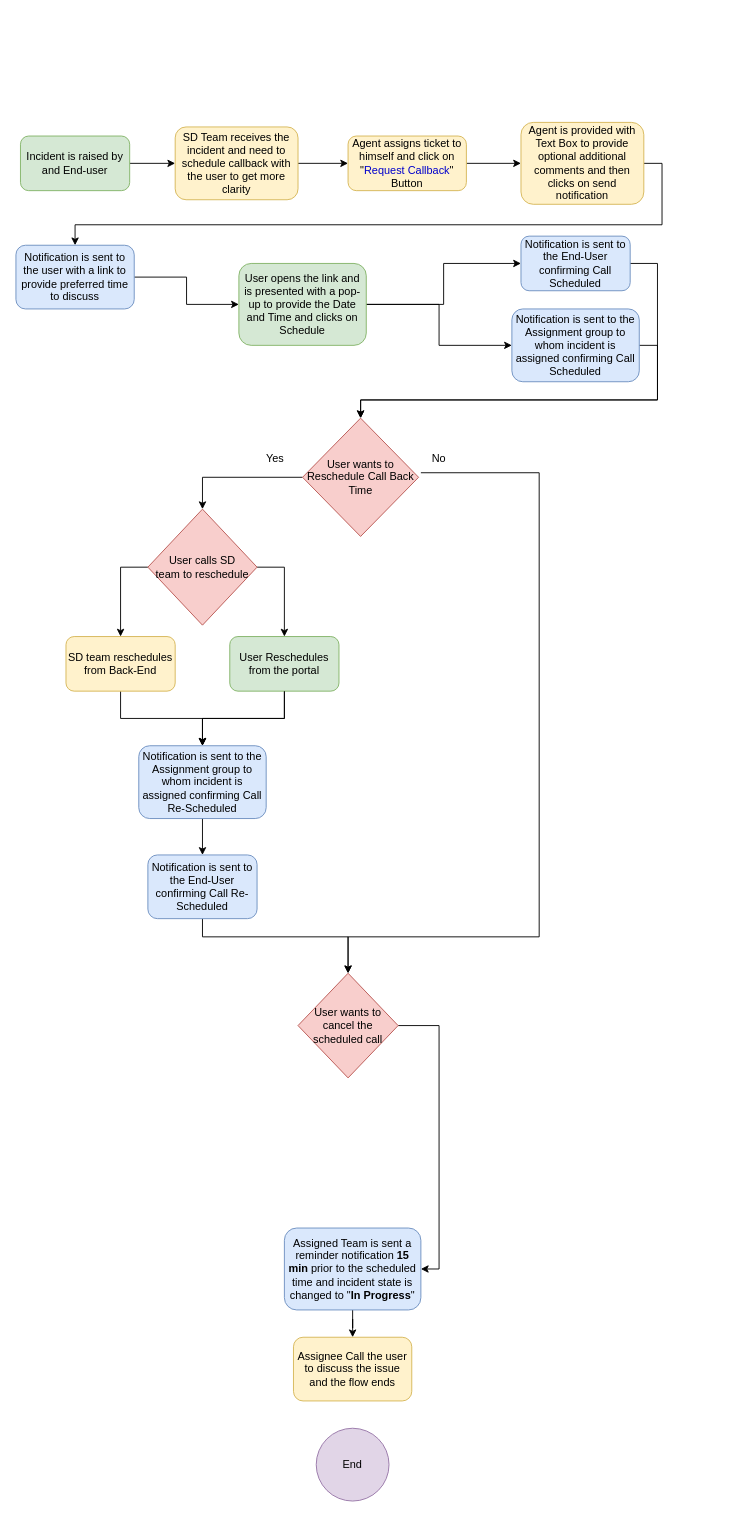
The draw.io diagram Untitled Diagram.drawio in sunjyot1993/Call-Back-Flow, before the edit. Source tidied: cells renumbered, new cells numbered last; positions are measured from the earlier drawing's top-left corner, leaving out a move shared by most shapes. Both pictures are drawn from the tidied source at 91%, with x=0, y=0 at pixel (15, 122).
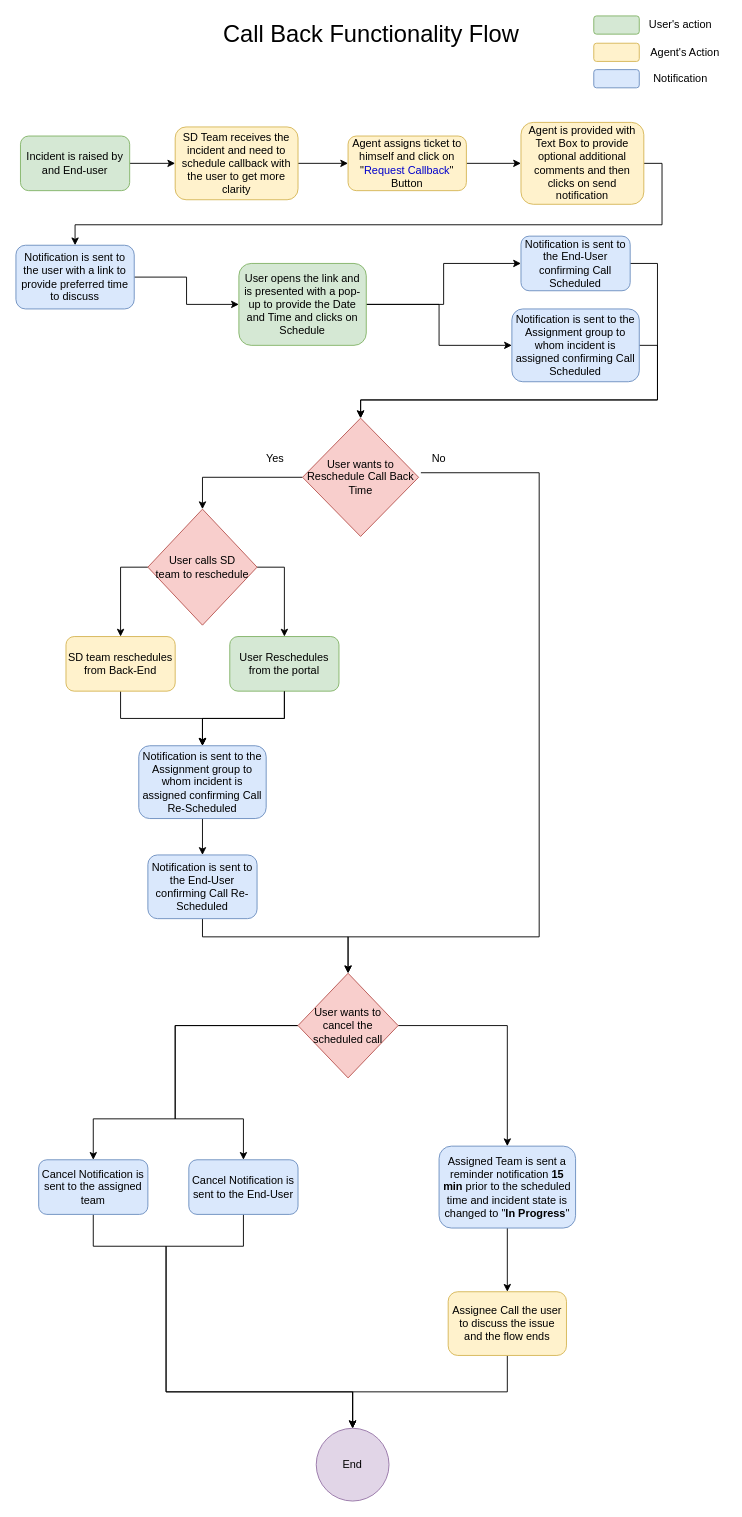
The same diagram, later.

The change refers to these unchanged cells:
```xml
<mxCell id="14" value="User opens the link and is presented with a pop-up to provide the Date and Time and clicks on Schedule" style="rounded=1;whiteSpace=wrap;html=1;fillColor=#d5e8d4;strokeColor=#82b366;" parent="1" vertex="1">
  <mxGeometry x="245" y="155" width="140" height="90" as="geometry" />
</mxCell>
<mxCell id="16" value="Notification is sent to the Assignment group to whom incident is assigned confirming Call Scheduled" style="rounded=1;whiteSpace=wrap;html=1;fillColor=#dae8fc;strokeColor=#6c8ebf;" parent="1" vertex="1">
  <mxGeometry x="545" y="205" width="140" height="80" as="geometry" />
</mxCell>
<mxCell id="23" value="End" style="ellipse;whiteSpace=wrap;html=1;fillColor=#e1d5e7;strokeColor=#9673a6;" parent="1" vertex="1">
  <mxGeometry x="330" y="1435" width="80" height="80" as="geometry" />
</mxCell>
<mxCell id="41" value="User wants to cancel the scheduled call" style="rhombus;whiteSpace=wrap;html=1;fillColor=#f8cecc;strokeColor=#b85450;" parent="1" vertex="1">
  <mxGeometry x="310" y="935" width="110" height="115" as="geometry" />
</mxCell>
```

What changed in the source:
```diff
@@
     <mxCell id="13" style="edgeStyle=orthogonalEdgeStyle;rounded=0;jettySize=auto;html=1;exitX=1;exitY=0.5;exitDx=0;exitDy=0;entryX=0;entryY=0.5;entryDx=0;entryDy=0;" parent="1" edge="1" source="14" target="16">
-      <mxGeometry relative="1" as="geometry" />
+      <mxGeometry relative="1" as="geometry">
+        <Array as="points">
+          <mxPoint x="465" y="200" />
+          <mxPoint x="465" y="245" />
+        </Array>
+      </mxGeometry>
     </mxCell>
@@
     <mxCell id="22" value="Assigned Team is sent a reminder notification &lt;b&gt;15 min &lt;/b&gt;prior to the scheduled time and incident state is changed to &quot;&lt;b&gt;In Progress&lt;/b&gt;&quot;" style="rounded=1;whiteSpace=wrap;html=1;fillColor=#dae8fc;strokeColor=#6c8ebf;" parent="1" vertex="1">
-      <mxGeometry x="295" y="1215" width="150" height="90" as="geometry" />
+      <mxGeometry x="465" y="1125" width="150" height="90" as="geometry" />
     </mxCell>
@@
+    <mxCell id="42" style="edgeStyle=orthogonalEdgeStyle;rounded=0;jettySize=auto;html=1;exitX=0.5;exitY=1;exitDx=0;exitDy=0;entryX=0.5;entryY=0;entryDx=0;entryDy=0;" parent="1" edge="1" source="24" target="23">
+      <mxGeometry relative="1" as="geometry" />
+    </mxCell>
     <mxCell id="24" value="Assignee Call the user to discuss the issue and the flow ends" style="rounded=1;whiteSpace=wrap;html=1;fillColor=#fff2cc;strokeColor=#d6b656;" parent="1" vertex="1">
-      <mxGeometry x="305" y="1335" width="130" height="70" as="geometry" />
+      <mxGeometry x="475" y="1285" width="130" height="70" as="geometry" />
     </mxCell>
@@
-    <mxCell id="40" style="edgeStyle=orthogonalEdgeStyle;rounded=0;jettySize=auto;html=1;exitX=1;exitY=0.5;exitDx=0;exitDy=0;entryX=1;entryY=0.5;entryDx=0;entryDy=0;" parent="1" edge="1" source="41" target="22">
+    <mxCell id="40" style="edgeStyle=orthogonalEdgeStyle;rounded=0;jettySize=auto;html=1;exitX=1;exitY=0.5;exitDx=0;exitDy=0;entryX=0.5;entryY=0;entryDx=0;entryDy=0;" parent="1" edge="1" source="41" target="22">
       <mxGeometry relative="1" as="geometry" />
     </mxCell>
+    <mxCell id="43" style="edgeStyle=orthogonalEdgeStyle;rounded=0;jettySize=auto;html=1;exitX=0;exitY=0.5;exitDx=0;exitDy=0;entryX=0.5;entryY=0;entryDx=0;entryDy=0;" parent="1" edge="1" source="41" target="48">
+      <mxGeometry relative="1" as="geometry">
+        <Array as="points">
+          <mxPoint x="175" y="993" />
+          <mxPoint x="175" y="1095" />
+          <mxPoint x="250" y="1095" />
+        </Array>
+      </mxGeometry>
+    </mxCell>
+    <mxCell id="44" style="edgeStyle=orthogonalEdgeStyle;rounded=0;jettySize=auto;html=1;exitX=0;exitY=0.5;exitDx=0;exitDy=0;entryX=0.5;entryY=0;entryDx=0;entryDy=0;" parent="1" edge="1" source="41" target="46">
+      <mxGeometry relative="1" as="geometry">
+        <Array as="points">
+          <mxPoint x="175" y="993" />
+          <mxPoint x="175" y="1095" />
+          <mxPoint x="85" y="1095" />
+        </Array>
+      </mxGeometry>
+    </mxCell>
@@
+    <mxCell id="45" style="edgeStyle=orthogonalEdgeStyle;rounded=0;jettySize=auto;html=1;exitX=0.5;exitY=1;exitDx=0;exitDy=0;entryX=0.5;entryY=0;entryDx=0;entryDy=0;" parent="1" edge="1" source="46" target="23">
+      <mxGeometry relative="1" as="geometry">
+        <Array as="points">
+          <mxPoint x="85" y="1235" />
+          <mxPoint x="165" y="1235" />
+          <mxPoint x="165" y="1395" />
+          <mxPoint x="370" y="1395" />
+        </Array>
+      </mxGeometry>
+    </mxCell>
+    <mxCell id="46" value="Cancel Notification is sent to the assigned team" style="rounded=1;whiteSpace=wrap;html=1;fillColor=#dae8fc;strokeColor=#6c8ebf;" parent="1" vertex="1">
+      <mxGeometry x="25" y="1140" width="120" height="60" as="geometry" />
+    </mxCell>
+    <mxCell id="47" style="edgeStyle=orthogonalEdgeStyle;rounded=0;jettySize=auto;html=1;exitX=0.5;exitY=1;exitDx=0;exitDy=0;entryX=0.5;entryY=0;entryDx=0;entryDy=0;" parent="1" edge="1" source="48" target="23">
+      <mxGeometry relative="1" as="geometry">
+        <Array as="points">
+          <mxPoint x="250" y="1235" />
+          <mxPoint x="165" y="1235" />
+          <mxPoint x="165" y="1395" />
+          <mxPoint x="370" y="1395" />
+        </Array>
+      </mxGeometry>
+    </mxCell>
+    <mxCell id="48" value="Cancel Notification is sent to the End-User" style="rounded=1;whiteSpace=wrap;html=1;fillColor=#dae8fc;strokeColor=#6c8ebf;" parent="1" vertex="1">
+      <mxGeometry x="190" y="1140" width="120" height="60" as="geometry" />
+    </mxCell>
+    <mxCell id="49" style="rounded=1;whiteSpace=wrap;html=1;fillColor=#d5e8d4;strokeColor=#82b366;" parent="1" vertex="1">
+      <mxGeometry x="635" y="-117" width="50" height="20" as="geometry" />
+    </mxCell>
+    <mxCell id="50" value="User's action" style="text;html=1;align=center;verticalAlign=middle;" parent="1" vertex="1">
+      <mxGeometry x="690" y="-117" width="80" height="20" as="geometry" />
+    </mxCell>
+    <mxCell id="51" style="rounded=1;whiteSpace=wrap;html=1;fillColor=#fff2cc;strokeColor=#d6b656;" parent="1" vertex="1">
+      <mxGeometry x="635" y="-87" width="50" height="20" as="geometry" />
+    </mxCell>
+    <mxCell id="52" value="Agent's Action" style="text;html=1;align=center;verticalAlign=middle;" parent="1" vertex="1">
+      <mxGeometry x="690" y="-87" width="90" height="20" as="geometry" />
+    </mxCell>
+    <mxCell id="53" style="rounded=1;whiteSpace=wrap;html=1;fillColor=#dae8fc;strokeColor=#6c8ebf;" parent="1" vertex="1">
+      <mxGeometry x="635" y="-58" width="50" height="20" as="geometry" />
+    </mxCell>
+    <mxCell id="54" value="Notification" style="text;html=1;align=center;verticalAlign=middle;" parent="1" vertex="1">
+      <mxGeometry x="695" y="-58" width="70" height="20" as="geometry" />
+    </mxCell>
+    <mxCell id="55" value="&lt;font style=&quot;font-size: 26px&quot;&gt;Call Back Functionality Flow&lt;/font&gt;" style="text;html=1;strokeColor=none;fillColor=none;align=center;verticalAlign=middle;whiteSpace=wrap;rounded=0;" parent="1" vertex="1">
+      <mxGeometry x="218" y="-107" width="345" height="20" as="geometry" />
+    </mxCell>
```
